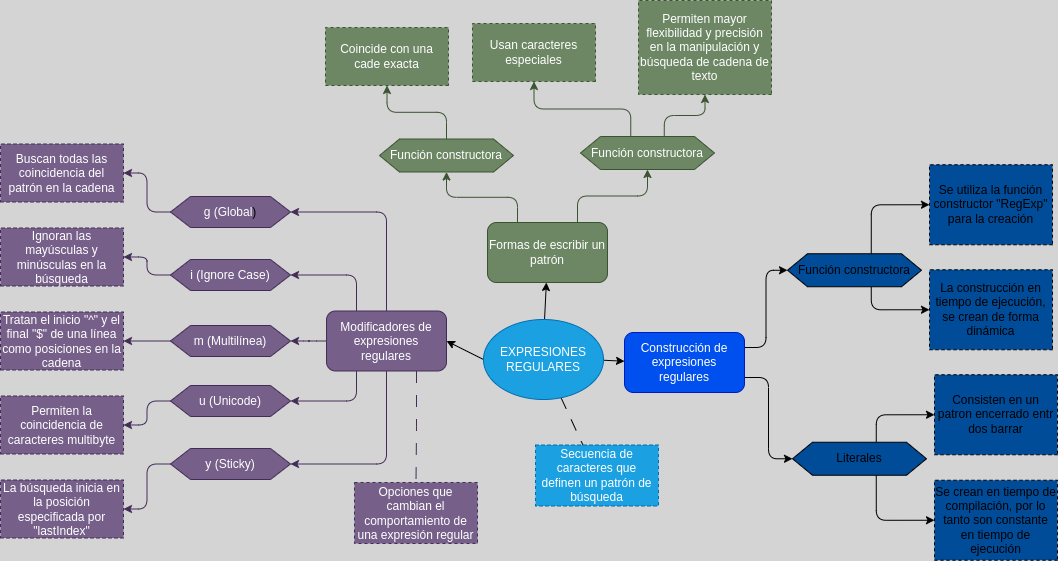
AcruxSource/Mapas_Mentales keeps this draw.io diagram as Expresiones regulares.png. Above is the earlier version. Source tidied: cells renumbered, new cells last; positions are measured from the earlier drawing's top-left corner, leaving out a move shared by most shapes. Source of this version:
```xml
<mxGraphModel background="#D4D4D4">
  <root>
    <mxCell id="0" />
    <mxCell id="1" parent="0" />
    <mxCell id="2" style="rounded=0;jettySize=auto;html=1;exitX=0;exitY=0.5;exitDx=0;exitDy=0;entryX=1;entryY=0.5;entryDx=0;entryDy=0;" parent="1" edge="1" source="6" target="17">
      <mxGeometry relative="1" as="geometry" />
    </mxCell>
    <mxCell id="3" style="rounded=0;jettySize=auto;html=1;" parent="1" edge="1" source="6" target="10">
      <mxGeometry relative="1" as="geometry" />
    </mxCell>
    <mxCell id="4" style="rounded=0;jettySize=auto;html=1;dashed=1;dashPattern=12 12;endArrow=none;endFill=0;" parent="1" edge="1" source="6" target="18">
      <mxGeometry relative="1" as="geometry" />
    </mxCell>
    <mxCell id="5" style="rounded=0;jettySize=auto;html=1;" parent="1" edge="1" source="6" target="31">
      <mxGeometry relative="1" as="geometry" />
    </mxCell>
    <mxCell id="6" value="EXPRESIONES REGULARES" style="ellipse;whiteSpace=wrap;html=1;fillColor=#1ba1e2;fontColor=#ffffff;strokeColor=#006EAF;" parent="1" vertex="1">
      <mxGeometry x="483" y="319" width="120" height="80" as="geometry" />
    </mxCell>
    <mxCell id="7" style="edgeStyle=orthogonalEdgeStyle;rounded=1;jettySize=auto;html=1;exitX=1;exitY=0.25;exitDx=0;exitDy=0;entryX=0;entryY=0.5;entryDx=0;entryDy=0;curved=0;" parent="1" edge="1" source="10" target="21">
      <mxGeometry relative="1" as="geometry" />
    </mxCell>
    <mxCell id="8" style="edgeStyle=orthogonalEdgeStyle;rounded=1;jettySize=auto;html=1;exitX=1;exitY=0.75;exitDx=0;exitDy=0;entryX=0;entryY=0.5;entryDx=0;entryDy=0;strokeColor=none;curved=0;" parent="1" edge="1" source="10" target="24">
      <mxGeometry relative="1" as="geometry" />
    </mxCell>
    <mxCell id="9" style="edgeStyle=orthogonalEdgeStyle;rounded=1;jettySize=auto;html=1;exitX=1;exitY=0.75;exitDx=0;exitDy=0;entryX=0;entryY=0.5;entryDx=0;entryDy=0;curved=0;" parent="1" edge="1" source="10" target="24">
      <mxGeometry relative="1" as="geometry" />
    </mxCell>
    <mxCell id="10" value="Construcción de expresiones regulares" style="rounded=1;whiteSpace=wrap;html=1;fillColor=#0050ef;strokeColor=#001DBC;fontColor=#ffffff;" parent="1" vertex="1">
      <mxGeometry x="624" y="332" width="120" height="60" as="geometry" />
    </mxCell>
    <mxCell id="11" style="edgeStyle=orthogonalEdgeStyle;rounded=1;jettySize=auto;html=1;fillColor=#76608a;strokeColor=#432D57;curved=0;" parent="1" edge="1" source="17" target="43">
      <mxGeometry relative="1" as="geometry" />
    </mxCell>
    <mxCell id="12" style="edgeStyle=orthogonalEdgeStyle;rounded=1;jettySize=auto;html=1;exitX=0.25;exitY=0;exitDx=0;exitDy=0;entryX=1;entryY=0.5;entryDx=0;entryDy=0;fillColor=#76608a;strokeColor=#432D57;curved=0;" parent="1" edge="1" source="17" target="41">
      <mxGeometry relative="1" as="geometry" />
    </mxCell>
    <mxCell id="13" style="edgeStyle=orthogonalEdgeStyle;rounded=1;jettySize=auto;html=1;exitX=0.5;exitY=0;exitDx=0;exitDy=0;entryX=1;entryY=0.5;entryDx=0;entryDy=0;fillColor=#76608a;strokeColor=#432D57;curved=0;" parent="1" edge="1" source="17" target="49">
      <mxGeometry relative="1" as="geometry" />
    </mxCell>
    <mxCell id="14" style="edgeStyle=orthogonalEdgeStyle;rounded=1;jettySize=auto;html=1;exitX=0.25;exitY=1;exitDx=0;exitDy=0;entryX=1;entryY=0.5;entryDx=0;entryDy=0;fillColor=#76608a;strokeColor=#432D57;curved=0;" parent="1" edge="1" source="17" target="45">
      <mxGeometry relative="1" as="geometry" />
    </mxCell>
    <mxCell id="15" style="edgeStyle=orthogonalEdgeStyle;rounded=1;jettySize=auto;html=1;exitX=0.5;exitY=1;exitDx=0;exitDy=0;entryX=1;entryY=0.5;entryDx=0;entryDy=0;fillColor=#76608a;strokeColor=#432D57;curved=0;" parent="1" edge="1" source="17" target="47">
      <mxGeometry relative="1" as="geometry" />
    </mxCell>
    <mxCell id="16" style="edgeStyle=orthogonalEdgeStyle;rounded=0;jettySize=auto;html=1;exitX=0.75;exitY=1;exitDx=0;exitDy=0;entryX=0.5;entryY=0;entryDx=0;entryDy=0;endArrow=none;endFill=0;dashed=1;dashPattern=12 12;fillColor=#76608a;strokeColor=#432D57;" parent="1" edge="1" source="17" target="55">
      <mxGeometry relative="1" as="geometry" />
    </mxCell>
    <mxCell id="17" value="Modificadores de expresiones regulares" style="rounded=1;whiteSpace=wrap;html=1;fillColor=#76608a;fontColor=#ffffff;strokeColor=#432D57;" parent="1" vertex="1">
      <mxGeometry x="326" y="310.5" width="120" height="60" as="geometry" />
    </mxCell>
    <mxCell id="18" value="Secuencia de caracteres que definen un patrón de búsqueda" style="text;html=1;align=center;verticalAlign=middle;whiteSpace=wrap;rounded=0;dashed=1;strokeColor=#006EAF;fillColor=#1ba1e2;fontColor=#ffffff;" parent="1" vertex="1">
      <mxGeometry x="535" y="444.5" width="123" height="61" as="geometry" />
    </mxCell>
    <mxCell id="19" style="edgeStyle=orthogonalEdgeStyle;rounded=1;jettySize=auto;html=1;exitX=0.625;exitY=0;exitDx=0;exitDy=0;entryX=0;entryY=0.5;entryDx=0;entryDy=0;curved=0;fillColor=#004C99;" parent="1" edge="1" source="21" target="27">
      <mxGeometry relative="1" as="geometry" />
    </mxCell>
    <mxCell id="20" style="edgeStyle=orthogonalEdgeStyle;rounded=1;jettySize=auto;html=1;exitX=0.625;exitY=1;exitDx=0;exitDy=0;entryX=0;entryY=0.5;entryDx=0;entryDy=0;curved=0;fillColor=#004C99;" parent="1" edge="1" source="21" target="28">
      <mxGeometry relative="1" as="geometry" />
    </mxCell>
    <mxCell id="21" value="Función constructora" style="shape=hexagon;perimeter=hexagonPerimeter2;whiteSpace=wrap;html=1;fixedSize=1;fillColor=#004C99;" parent="1" vertex="1">
      <mxGeometry x="787" y="253.3" width="134" height="33" as="geometry" />
    </mxCell>
    <mxCell id="22" style="edgeStyle=orthogonalEdgeStyle;rounded=1;jettySize=auto;html=1;exitX=0.625;exitY=0;exitDx=0;exitDy=0;entryX=0;entryY=0.5;entryDx=0;entryDy=0;curved=0;fillColor=#004C99;" parent="1" edge="1" source="24" target="25">
      <mxGeometry relative="1" as="geometry" />
    </mxCell>
    <mxCell id="23" style="edgeStyle=orthogonalEdgeStyle;rounded=1;jettySize=auto;html=1;exitX=0.625;exitY=1;exitDx=0;exitDy=0;entryX=0;entryY=0.5;entryDx=0;entryDy=0;curved=0;fillColor=#004C99;" parent="1" edge="1" source="24" target="26">
      <mxGeometry relative="1" as="geometry" />
    </mxCell>
    <mxCell id="24" value="Literales" style="shape=hexagon;perimeter=hexagonPerimeter2;whiteSpace=wrap;html=1;fixedSize=1;fillColor=#004C99;" parent="1" vertex="1">
      <mxGeometry x="792" y="441.8" width="134" height="33" as="geometry" />
    </mxCell>
    <mxCell id="25" value="Consisten en un patron encerrado entr dos barrar" style="text;html=1;align=center;verticalAlign=middle;whiteSpace=wrap;rounded=0;dashed=1;strokeColor=default;fillColor=#004C99;flipH=1;flipV=1;" parent="1" vertex="1">
      <mxGeometry x="934" y="374.2" width="123" height="80" as="geometry" />
    </mxCell>
    <mxCell id="26" value="Se crean en tiempo de compilación, por lo tanto son constante en tiempo de ejecución" style="text;html=1;align=center;verticalAlign=middle;whiteSpace=wrap;rounded=0;dashed=1;strokeColor=default;fillColor=#004C99;flipH=1;flipV=1;" parent="1" vertex="1">
      <mxGeometry x="934" y="479.8" width="123" height="80" as="geometry" />
    </mxCell>
    <mxCell id="27" value="Se utiliza la función constructor &quot;RegExp&quot; para la creación" style="text;html=1;align=center;verticalAlign=middle;whiteSpace=wrap;rounded=0;dashed=1;strokeColor=default;fillColor=#004C99;flipH=1;flipV=1;" parent="1" vertex="1">
      <mxGeometry x="929" y="164.3" width="123" height="80" as="geometry" />
    </mxCell>
    <mxCell id="28" value="La construcción en tiempo de ejecución, se crean de forma dinámica" style="text;html=1;align=center;verticalAlign=middle;whiteSpace=wrap;rounded=0;dashed=1;strokeColor=default;fillColor=#004C99;flipH=1;flipV=1;" parent="1" vertex="1">
      <mxGeometry x="929" y="269.2" width="123" height="80" as="geometry" />
    </mxCell>
    <mxCell id="29" style="edgeStyle=orthogonalEdgeStyle;rounded=1;jettySize=auto;html=1;exitX=0.25;exitY=0;exitDx=0;exitDy=0;entryX=0.5;entryY=1;entryDx=0;entryDy=0;curved=0;fillColor=#6d8764;strokeColor=#3A5431;" parent="1" edge="1" source="31" target="33">
      <mxGeometry relative="1" as="geometry" />
    </mxCell>
    <mxCell id="30" style="edgeStyle=orthogonalEdgeStyle;rounded=1;jettySize=auto;html=1;exitX=0.75;exitY=0;exitDx=0;exitDy=0;curved=0;fillColor=#6d8764;strokeColor=#3A5431;" parent="1" edge="1" source="31" target="36">
      <mxGeometry relative="1" as="geometry" />
    </mxCell>
    <mxCell id="31" value="Formas de escribir un patrón" style="rounded=1;whiteSpace=wrap;html=1;fillColor=#6d8764;strokeColor=#3A5431;fontColor=#ffffff;" parent="1" vertex="1">
      <mxGeometry x="487" y="222" width="120" height="60" as="geometry" />
    </mxCell>
    <mxCell id="32" style="edgeStyle=orthogonalEdgeStyle;rounded=1;jettySize=auto;html=1;curved=0;fillColor=#6d8764;strokeColor=#3A5431;" parent="1" edge="1" source="33" target="37">
      <mxGeometry relative="1" as="geometry" />
    </mxCell>
    <mxCell id="33" value="Función constructora" style="shape=hexagon;perimeter=hexagonPerimeter2;whiteSpace=wrap;html=1;fixedSize=1;fillColor=#6d8764;strokeColor=#3A5431;fontColor=#ffffff;" parent="1" vertex="1">
      <mxGeometry x="379" y="138.5" width="134" height="33" as="geometry" />
    </mxCell>
    <mxCell id="34" style="edgeStyle=orthogonalEdgeStyle;rounded=1;jettySize=auto;html=1;exitX=0.375;exitY=0;exitDx=0;exitDy=0;entryX=0.5;entryY=1;entryDx=0;entryDy=0;curved=0;fillColor=#6d8764;strokeColor=#3A5431;" parent="1" edge="1" source="36" target="38">
      <mxGeometry relative="1" as="geometry" />
    </mxCell>
    <mxCell id="35" style="edgeStyle=orthogonalEdgeStyle;rounded=1;jettySize=auto;html=1;exitX=0.625;exitY=0;exitDx=0;exitDy=0;entryX=0.5;entryY=1;entryDx=0;entryDy=0;curved=0;fillColor=#6d8764;strokeColor=#3A5431;" parent="1" edge="1" source="36" target="39">
      <mxGeometry relative="1" as="geometry" />
    </mxCell>
    <mxCell id="36" value="Función constructora" style="shape=hexagon;perimeter=hexagonPerimeter2;whiteSpace=wrap;html=1;fixedSize=1;fillColor=#6d8764;strokeColor=#3A5431;fontColor=#ffffff;" parent="1" vertex="1">
      <mxGeometry x="580" y="136" width="134" height="33" as="geometry" />
    </mxCell>
    <mxCell id="37" value="Coincide con una cade exacta" style="text;html=1;align=center;verticalAlign=middle;whiteSpace=wrap;rounded=0;dashed=1;strokeColor=#3A5431;fillColor=#6d8764;flipH=1;flipV=1;fontColor=#ffffff;" parent="1" vertex="1">
      <mxGeometry x="325" y="27" width="123" height="58" as="geometry" />
    </mxCell>
    <mxCell id="38" value="Usan caracteres especiales&lt;span style=&quot;font-family: monospace; font-size: 0px; text-align: start; text-wrap: nowrap;&quot;&gt;%3CmxGraphModel%3E%3Croot%3E%3CmxCell%20id%3D%220%22%2F%3E%3CmxCell%20id%3D%221%22%20parent%3D%220%22%2F%3E%3CmxCell%20id%3D%222%22%20value%3D%22Coincide%20con%20una%20cade%20exacta%22%20style%3D%22text%3Bhtml%3D1%3Balign%3Dcenter%3BverticalAlign%3Dmiddle%3BwhiteSpace%3Dwrap%3Brounded%3D0%3Bdashed%3D1%3BstrokeColor%3Ddefault%3BfillColor%3D%23004C99%3BflipH%3D1%3BflipV%3D1%3B%22%20vertex%3D%221%22%20parent%3D%221%22%3E%3CmxGeometry%20x%3D%22-89.5%22%20y%3D%22-46%22%20width%3D%22123%22%20height%3D%2258%22%20as%3D%22geometry%22%2F%3E%3C%2FmxCell%3E%3C%2Froot%3E%3C%2FmxGraphModel%3E&lt;/span&gt;" style="text;html=1;align=center;verticalAlign=middle;whiteSpace=wrap;rounded=0;dashed=1;strokeColor=#3A5431;fillColor=#6d8764;flipH=1;flipV=1;fontColor=#ffffff;" parent="1" vertex="1">
      <mxGeometry x="472" y="23" width="123" height="58" as="geometry" />
    </mxCell>
    <mxCell id="39" value="Permiten mayor flexibilidad y precisión en la manipulación y búsqueda de cadena de texto" style="text;html=1;align=center;verticalAlign=middle;whiteSpace=wrap;rounded=0;dashed=1;strokeColor=#3A5431;fillColor=#6d8764;flipH=1;flipV=1;fontColor=#ffffff;" parent="1" vertex="1">
      <mxGeometry x="638" width="133" height="94" as="geometry" />
    </mxCell>
    <mxCell id="40" style="edgeStyle=orthogonalEdgeStyle;rounded=1;jettySize=auto;html=1;exitX=0;exitY=0.5;exitDx=0;exitDy=0;entryX=1;entryY=0.5;entryDx=0;entryDy=0;fillColor=#76608a;strokeColor=#432D57;curved=0;" parent="1" edge="1" source="41" target="52">
      <mxGeometry relative="1" as="geometry" />
    </mxCell>
    <mxCell id="41" value="i (Ignore Case)" style="shape=hexagon;perimeter=hexagonPerimeter2;whiteSpace=wrap;html=1;fixedSize=1;flipH=0;flipV=0;fillColor=#76608a;fontColor=#ffffff;strokeColor=#432D57;" parent="1" vertex="1">
      <mxGeometry x="170" y="259" width="120" height="31" as="geometry" />
    </mxCell>
    <mxCell id="42" style="edgeStyle=orthogonalEdgeStyle;rounded=1;jettySize=auto;html=1;exitX=0;exitY=0.5;exitDx=0;exitDy=0;entryX=1;entryY=0.5;entryDx=0;entryDy=0;fillColor=#76608a;strokeColor=#432D57;curved=0;" parent="1" edge="1" source="43" target="50">
      <mxGeometry relative="1" as="geometry" />
    </mxCell>
    <mxCell id="43" value="m (Multilínea)" style="shape=hexagon;perimeter=hexagonPerimeter2;whiteSpace=wrap;html=1;fixedSize=1;flipH=0;flipV=0;fillColor=#76608a;fontColor=#ffffff;strokeColor=#432D57;" parent="1" vertex="1">
      <mxGeometry x="170" y="325" width="120" height="31" as="geometry" />
    </mxCell>
    <mxCell id="44" style="edgeStyle=orthogonalEdgeStyle;rounded=1;jettySize=auto;html=1;exitX=0;exitY=0.5;exitDx=0;exitDy=0;entryX=1;entryY=0.5;entryDx=0;entryDy=0;fillColor=#76608a;strokeColor=#432D57;curved=0;" parent="1" edge="1" source="45" target="51">
      <mxGeometry relative="1" as="geometry" />
    </mxCell>
    <mxCell id="45" value="u (Unicode)" style="shape=hexagon;perimeter=hexagonPerimeter2;whiteSpace=wrap;html=1;fixedSize=1;flipH=0;flipV=0;fillColor=#76608a;fontColor=#ffffff;strokeColor=#432D57;" parent="1" vertex="1">
      <mxGeometry x="170" y="385" width="120" height="31" as="geometry" />
    </mxCell>
    <mxCell id="46" style="edgeStyle=orthogonalEdgeStyle;rounded=1;jettySize=auto;html=1;exitX=0;exitY=0.5;exitDx=0;exitDy=0;entryX=1;entryY=0.5;entryDx=0;entryDy=0;fillColor=#76608a;strokeColor=#432D57;curved=0;" parent="1" edge="1" source="47" target="54">
      <mxGeometry relative="1" as="geometry" />
    </mxCell>
    <mxCell id="47" value="y (Sticky)" style="shape=hexagon;perimeter=hexagonPerimeter2;whiteSpace=wrap;html=1;fixedSize=1;flipH=0;flipV=0;fillColor=#76608a;fontColor=#ffffff;strokeColor=#432D57;" parent="1" vertex="1">
      <mxGeometry x="170" y="448" width="120" height="31" as="geometry" />
    </mxCell>
    <mxCell id="48" style="edgeStyle=orthogonalEdgeStyle;rounded=1;jettySize=auto;html=1;exitX=0;exitY=0.5;exitDx=0;exitDy=0;entryX=1;entryY=0.5;entryDx=0;entryDy=0;fillColor=#76608a;strokeColor=#432D57;curved=0;" parent="1" edge="1" source="49" target="53">
      <mxGeometry relative="1" as="geometry" />
    </mxCell>
    <mxCell id="49" value="g (Global&lt;span style=&quot;background-color: initial; color: rgb(0, 0, 0); --darkreader-inline-bgcolor: initial; --darkreader-inline-color: #e8e6e3;&quot;&gt;)&lt;/span&gt;" style="shape=hexagon;perimeter=hexagonPerimeter2;whiteSpace=wrap;html=1;fixedSize=1;flipH=0;flipV=0;fillColor=#76608a;fontColor=#ffffff;strokeColor=#432D57;" parent="1" vertex="1">
      <mxGeometry x="170" y="196" width="120" height="31" as="geometry" />
    </mxCell>
    <mxCell id="50" value="Tratan el inicio &quot;^&quot; y el final &quot;$&quot; de una línea como posiciones en la cadena" style="text;html=1;align=center;verticalAlign=middle;whiteSpace=wrap;rounded=0;dashed=1;strokeColor=#432D57;fillColor=#76608a;flipH=0;flipV=1;fontColor=#ffffff;" parent="1" vertex="1">
      <mxGeometry y="311.5" width="123" height="58" as="geometry" />
    </mxCell>
    <mxCell id="51" value="Permiten la coincidencia de caracteres multibyte" style="text;html=1;align=center;verticalAlign=middle;whiteSpace=wrap;rounded=0;dashed=1;strokeColor=#432D57;fillColor=#76608a;flipH=0;flipV=1;fontColor=#ffffff;" parent="1" vertex="1">
      <mxGeometry y="395.5" width="123" height="58" as="geometry" />
    </mxCell>
    <mxCell id="52" value="Ignoran las mayúsculas y minúsculas en la búsqueda" style="text;html=1;align=center;verticalAlign=middle;whiteSpace=wrap;rounded=0;dashed=1;strokeColor=#432D57;fillColor=#76608a;flipH=0;flipV=1;fontColor=#ffffff;" parent="1" vertex="1">
      <mxGeometry y="227.5" width="123" height="58" as="geometry" />
    </mxCell>
    <mxCell id="53" value="Buscan todas las coincidencia del patrón en la cadena" style="text;html=1;align=center;verticalAlign=middle;whiteSpace=wrap;rounded=0;dashed=1;strokeColor=#432D57;fillColor=#76608a;flipH=0;flipV=1;fontColor=#ffffff;" parent="1" vertex="1">
      <mxGeometry y="143.5" width="123" height="58" as="geometry" />
    </mxCell>
    <mxCell id="54" value="La búsqueda inicia en la posición especificada por &quot;lastIndex&quot;" style="text;html=1;align=center;verticalAlign=middle;whiteSpace=wrap;rounded=0;dashed=1;strokeColor=#432D57;fillColor=#76608a;flipH=0;flipV=1;fontColor=#ffffff;" parent="1" vertex="1">
      <mxGeometry y="479.5" width="123" height="58" as="geometry" />
    </mxCell>
    <mxCell id="55" value="Opciones que cambian el comportamiento de una expresión regular" style="text;html=1;align=center;verticalAlign=middle;whiteSpace=wrap;rounded=0;dashed=1;strokeColor=#432D57;fillColor=#76608a;fontColor=#ffffff;" parent="1" vertex="1">
      <mxGeometry x="354" y="482" width="123" height="61" as="geometry" />
    </mxCell>
  </root>
</mxGraphModel>
```
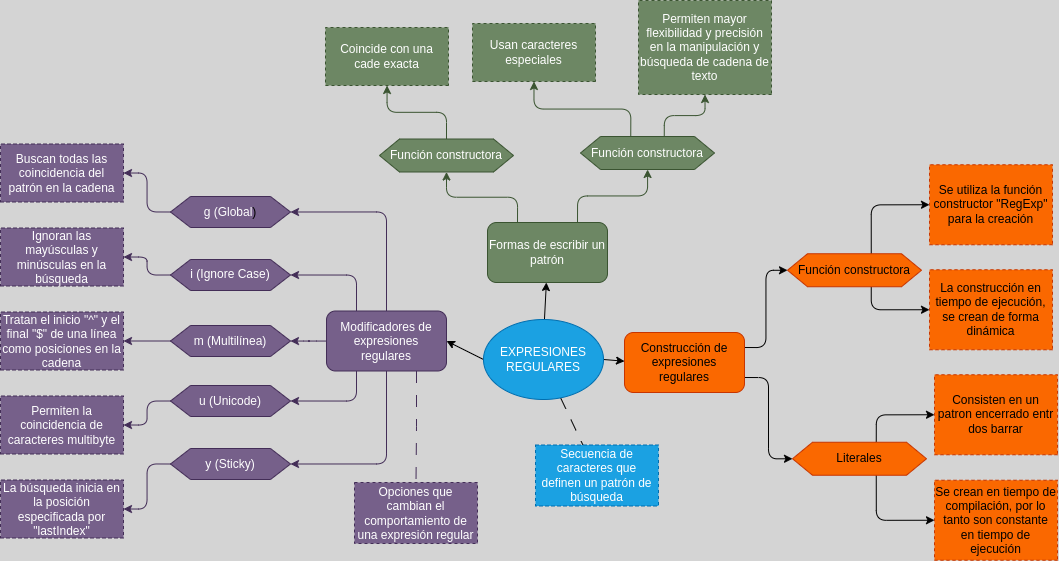
After the change.

The edit, as a diff of the source:
```diff
@@ -26,7 +26,7 @@
     <mxCell id="9" style="edgeStyle=orthogonalEdgeStyle;rounded=1;jettySize=auto;html=1;exitX=1;exitY=0.75;exitDx=0;exitDy=0;entryX=0;entryY=0.5;entryDx=0;entryDy=0;curved=0;" parent="1" edge="1" source="10" target="24">
       <mxGeometry relative="1" as="geometry" />
     </mxCell>
-    <mxCell id="10" value="Construcción de expresiones regulares" style="rounded=1;whiteSpace=wrap;html=1;fillColor=#0050ef;strokeColor=#001DBC;fontColor=#ffffff;" parent="1" vertex="1">
+    <mxCell id="10" value="Construcción de expresiones regulares" style="rounded=1;whiteSpace=wrap;html=1;fillColor=#fa6800;strokeColor=#C73500;fontColor=#000000;" parent="1" vertex="1">
       <mxGeometry x="624" y="332" width="120" height="60" as="geometry" />
     </mxCell>
     <mxCell id="11" style="edgeStyle=orthogonalEdgeStyle;rounded=1;jettySize=auto;html=1;fillColor=#76608a;strokeColor=#432D57;curved=0;" parent="1" edge="1" source="17" target="43">
@@ -59,7 +59,7 @@
     <mxCell id="20" style="edgeStyle=orthogonalEdgeStyle;rounded=1;jettySize=auto;html=1;exitX=0.625;exitY=1;exitDx=0;exitDy=0;entryX=0;entryY=0.5;entryDx=0;entryDy=0;curved=0;fillColor=#004C99;" parent="1" edge="1" source="21" target="28">
       <mxGeometry relative="1" as="geometry" />
     </mxCell>
-    <mxCell id="21" value="Función constructora" style="shape=hexagon;perimeter=hexagonPerimeter2;whiteSpace=wrap;html=1;fixedSize=1;fillColor=#004C99;" parent="1" vertex="1">
+    <mxCell id="21" value="Función constructora" style="shape=hexagon;perimeter=hexagonPerimeter2;whiteSpace=wrap;html=1;fixedSize=1;fillColor=#fa6800;fontColor=#000000;strokeColor=#C73500;" parent="1" vertex="1">
       <mxGeometry x="787" y="253.3" width="134" height="33" as="geometry" />
     </mxCell>
     <mxCell id="22" style="edgeStyle=orthogonalEdgeStyle;rounded=1;jettySize=auto;html=1;exitX=0.625;exitY=0;exitDx=0;exitDy=0;entryX=0;entryY=0.5;entryDx=0;entryDy=0;curved=0;fillColor=#004C99;" parent="1" edge="1" source="24" target="25">
@@ -68,19 +68,19 @@
     <mxCell id="23" style="edgeStyle=orthogonalEdgeStyle;rounded=1;jettySize=auto;html=1;exitX=0.625;exitY=1;exitDx=0;exitDy=0;entryX=0;entryY=0.5;entryDx=0;entryDy=0;curved=0;fillColor=#004C99;" parent="1" edge="1" source="24" target="26">
       <mxGeometry relative="1" as="geometry" />
     </mxCell>
-    <mxCell id="24" value="Literales" style="shape=hexagon;perimeter=hexagonPerimeter2;whiteSpace=wrap;html=1;fixedSize=1;fillColor=#004C99;" parent="1" vertex="1">
+    <mxCell id="24" value="Literales" style="shape=hexagon;perimeter=hexagonPerimeter2;whiteSpace=wrap;html=1;fixedSize=1;fillColor=#fa6800;fontColor=#000000;strokeColor=#C73500;" parent="1" vertex="1">
       <mxGeometry x="792" y="441.8" width="134" height="33" as="geometry" />
     </mxCell>
-    <mxCell id="25" value="Consisten en un patron encerrado entr dos barrar" style="text;html=1;align=center;verticalAlign=middle;whiteSpace=wrap;rounded=0;dashed=1;strokeColor=default;fillColor=#004C99;flipH=1;flipV=1;" parent="1" vertex="1">
+    <mxCell id="25" value="Consisten en un patron encerrado entr dos barrar" style="text;html=1;align=center;verticalAlign=middle;whiteSpace=wrap;rounded=0;dashed=1;strokeColor=#C73500;fillColor=#fa6800;flipH=1;flipV=1;fontColor=#000000;" parent="1" vertex="1">
       <mxGeometry x="934" y="374.2" width="123" height="80" as="geometry" />
     </mxCell>
-    <mxCell id="26" value="Se crean en tiempo de compilación, por lo tanto son constante en tiempo de ejecución" style="text;html=1;align=center;verticalAlign=middle;whiteSpace=wrap;rounded=0;dashed=1;strokeColor=default;fillColor=#004C99;flipH=1;flipV=1;" parent="1" vertex="1">
+    <mxCell id="26" value="Se crean en tiempo de compilación, por lo tanto son constante en tiempo de ejecución" style="text;html=1;align=center;verticalAlign=middle;whiteSpace=wrap;rounded=0;dashed=1;strokeColor=#C73500;fillColor=#fa6800;flipH=1;flipV=1;fontColor=#000000;" parent="1" vertex="1">
       <mxGeometry x="934" y="479.8" width="123" height="80" as="geometry" />
     </mxCell>
-    <mxCell id="27" value="Se utiliza la función constructor &quot;RegExp&quot; para la creación" style="text;html=1;align=center;verticalAlign=middle;whiteSpace=wrap;rounded=0;dashed=1;strokeColor=default;fillColor=#004C99;flipH=1;flipV=1;" parent="1" vertex="1">
+    <mxCell id="27" value="Se utiliza la función constructor &quot;RegExp&quot; para la creación" style="text;html=1;align=center;verticalAlign=middle;whiteSpace=wrap;rounded=0;dashed=1;strokeColor=#C73500;fillColor=#fa6800;flipH=1;flipV=1;fontColor=#000000;" parent="1" vertex="1">
       <mxGeometry x="929" y="164.3" width="123" height="80" as="geometry" />
     </mxCell>
-    <mxCell id="28" value="La construcción en tiempo de ejecución, se crean de forma dinámica" style="text;html=1;align=center;verticalAlign=middle;whiteSpace=wrap;rounded=0;dashed=1;strokeColor=default;fillColor=#004C99;flipH=1;flipV=1;" parent="1" vertex="1">
+    <mxCell id="28" value="La construcción en tiempo de ejecución, se crean de forma dinámica" style="text;html=1;align=center;verticalAlign=middle;whiteSpace=wrap;rounded=0;dashed=1;strokeColor=#C73500;fillColor=#fa6800;flipH=1;flipV=1;fontColor=#000000;" parent="1" vertex="1">
       <mxGeometry x="929" y="269.2" width="123" height="80" as="geometry" />
     </mxCell>
     <mxCell id="29" style="edgeStyle=orthogonalEdgeStyle;rounded=1;jettySize=auto;html=1;exitX=0.25;exitY=0;exitDx=0;exitDy=0;entryX=0.5;entryY=1;entryDx=0;entryDy=0;curved=0;fillColor=#6d8764;strokeColor=#3A5431;" parent="1" edge="1" source="31" target="33">
```
